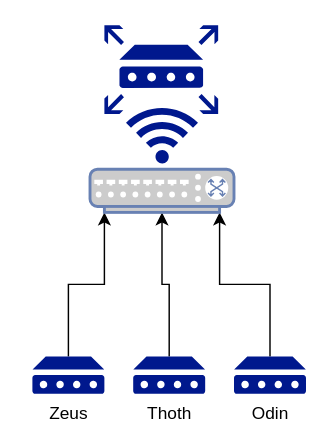
JPLamb193/Homelab keeps this draw.io diagram as page "Network Overview" (1 of 7) of Homelab Diagram.drawio. Above is the earlier version. Source tidied: cells renumbered, new cells numbered last; positions are measured from the earlier drawing's top-left corner, leaving out a move shared by most shapes. Both pictures are drawn from the tidied source at 144%, with x=0, y=0 at pixel (32, 24).
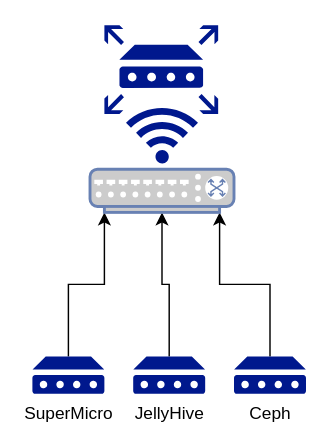
The same page after the edit.

Commit message (it also covers changes not shown here):
Added Ceph Nodes to Homelab Diagram.drawio

The edit, as a diff of the source:
```diff
@@
 <mxGraphModel>
   <root>
     <mxCell id="0" />
     <mxCell id="1" parent="0" />
     <mxCell id="2" style="edgeStyle=orthogonalEdgeStyle;rounded=0;jettySize=auto;html=1;entryX=0.1;entryY=1;entryDx=0;entryDy=0;entryPerimeter=0;" parent="1" edge="1" source="3" target="8">
       <mxGeometry relative="1" as="geometry" />
     </mxCell>
-    <mxCell id="3" value="Zeus" style="sketch=0;shadow=0;dashed=0;html=1;strokeColor=none;labelPosition=center;verticalLabelPosition=bottom;verticalAlign=top;align=center;fillColor=#00188D;shape=mxgraph.mscae.enterprise.device;" parent="1" vertex="1">
+    <mxCell id="3" value="SuperMicro" style="sketch=0;shadow=0;dashed=0;html=1;strokeColor=none;labelPosition=center;verticalLabelPosition=bottom;verticalAlign=top;align=center;fillColor=#00188D;shape=mxgraph.mscae.enterprise.device;" parent="1" vertex="1">
       <mxGeometry y="230" width="50" height="26" as="geometry" />
     </mxCell>
     <mxCell id="4" style="edgeStyle=orthogonalEdgeStyle;rounded=0;jettySize=auto;html=1;entryX=0.9;entryY=1;entryDx=0;entryDy=0;entryPerimeter=0;" parent="1" edge="1" source="5" target="8">
       <mxGeometry relative="1" as="geometry" />
     </mxCell>
-    <mxCell id="5" value="Odin" style="sketch=0;shadow=0;dashed=0;html=1;strokeColor=none;labelPosition=center;verticalLabelPosition=bottom;verticalAlign=top;align=center;fillColor=#00188D;shape=mxgraph.mscae.enterprise.device;" parent="1" vertex="1">
+    <mxCell id="5" value="Ceph" style="sketch=0;shadow=0;dashed=0;html=1;strokeColor=none;labelPosition=center;verticalLabelPosition=bottom;verticalAlign=top;align=center;fillColor=#00188D;shape=mxgraph.mscae.enterprise.device;" parent="1" vertex="1">
       <mxGeometry x="140" y="230" width="50" height="26" as="geometry" />
     </mxCell>
     <mxCell id="6" style="edgeStyle=orthogonalEdgeStyle;rounded=0;jettySize=auto;html=1;entryX=0.5;entryY=1;entryDx=0;entryDy=0;entryPerimeter=0;" parent="1" edge="1" source="7" target="8">
       <mxGeometry relative="1" as="geometry" />
     </mxCell>
-    <mxCell id="7" value="Thoth" style="sketch=0;shadow=0;dashed=0;html=1;strokeColor=none;labelPosition=center;verticalLabelPosition=bottom;verticalAlign=top;align=center;fillColor=#00188D;shape=mxgraph.mscae.enterprise.device;" parent="1" vertex="1">
+    <mxCell id="7" value="JellyHive" style="sketch=0;shadow=0;dashed=0;html=1;strokeColor=none;labelPosition=center;verticalLabelPosition=bottom;verticalAlign=top;align=center;fillColor=#00188D;shape=mxgraph.mscae.enterprise.device;" parent="1" vertex="1">
       <mxGeometry x="70" y="230" width="50" height="26" as="geometry" />
     </mxCell>
     <mxCell id="8" style="fontColor=#0066CC;verticalAlign=top;verticalLabelPosition=bottom;labelPosition=center;align=center;html=1;outlineConnect=0;fillColor=#CCCCCC;strokeColor=#6881B3;gradientColor=none;gradientDirection=north;strokeWidth=2;shape=mxgraph.networks.switch;" parent="1" vertex="1">
       <mxGeometry x="40" y="100" width="100" height="30" as="geometry" />
     </mxCell>
     <mxCell id="9" style="sketch=0;shadow=0;dashed=0;html=1;strokeColor=none;labelPosition=center;verticalLabelPosition=bottom;verticalAlign=top;align=center;fillColor=#00188D;shape=mxgraph.mscae.enterprise.wireless_connection;rotation=-90;" parent="1" vertex="1">
       <mxGeometry x="69" y="50" width="42" height="50" as="geometry" />
     </mxCell>
     <mxCell id="10" style="sketch=0;shadow=0;dashed=0;html=1;strokeColor=none;labelPosition=center;verticalLabelPosition=bottom;verticalAlign=top;align=center;fillColor=#00188D;shape=mxgraph.mscae.enterprise.router;" parent="1" vertex="1">
       <mxGeometry x="50" width="79" height="61.6" as="geometry" />
     </mxCell>
   </root>
 </mxGraphModel>
```
